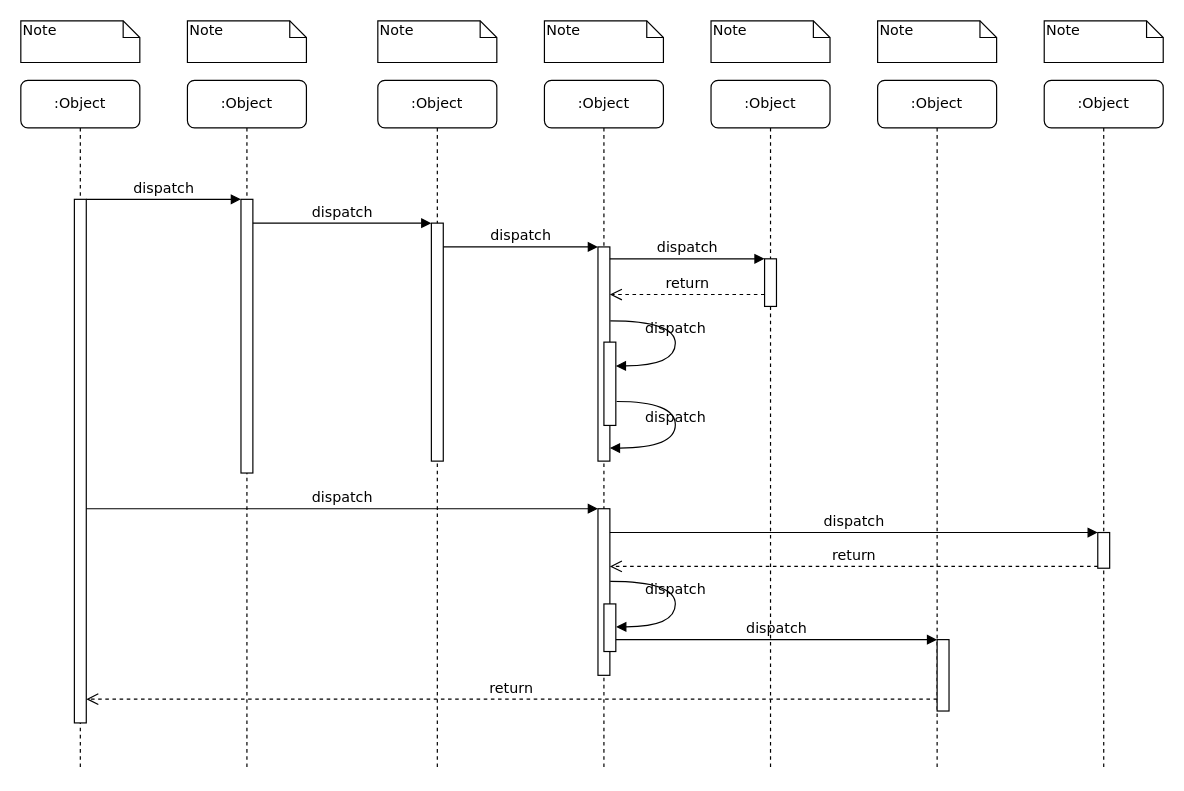
This is virtio_rnd.drawio from JannaiWu/Drawio, a draw.io file, before an edit. Source tidied: cells renumbered, new cells numbered last; positions are measured from the earlier drawing's top-left corner, leaving out a move shared by most shapes. Both pictures are drawn from the tidied source at 119%, with x=0, y=0 at pixel (20, 20).
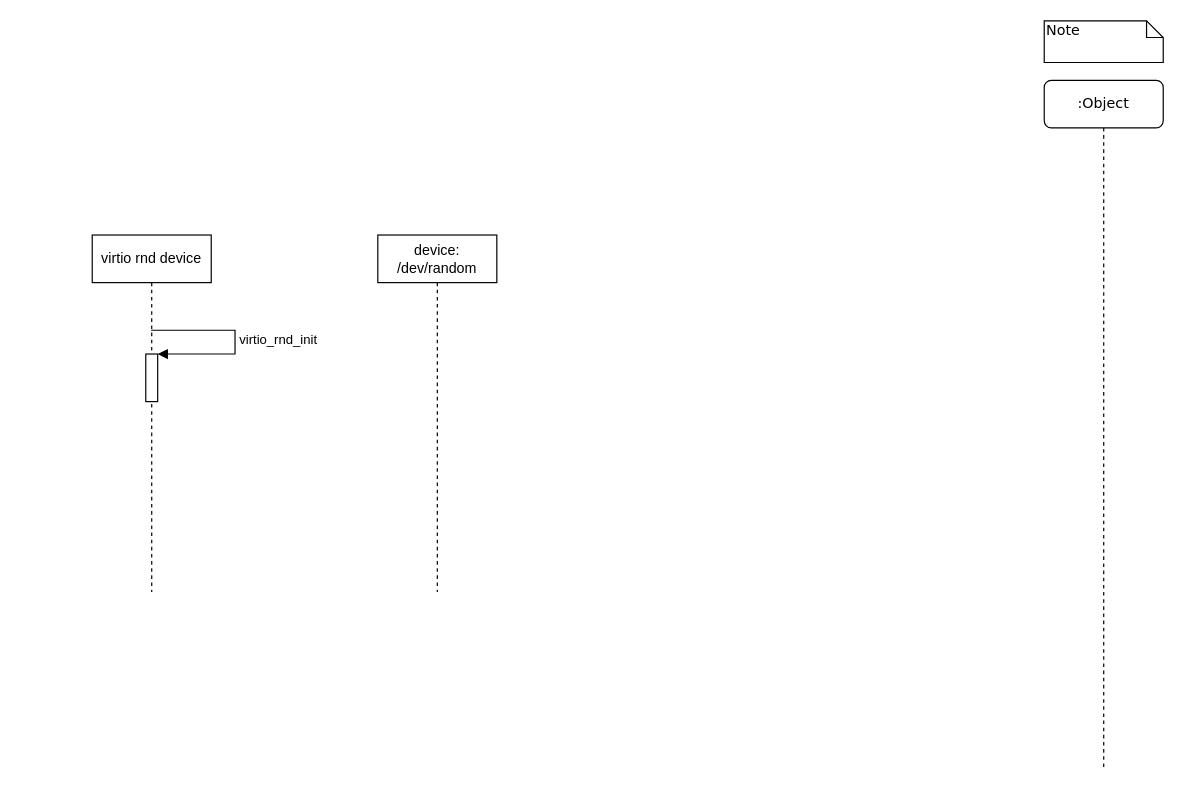
Above is the later version.

What changed in the source:
```diff
@@
-    <mxCell id="2" value=":Object" style="shape=umlLifeline;perimeter=lifelinePerimeter;whiteSpace=wrap;html=1;rounded=1;shadow=0;comic=0;labelBackgroundColor=none;strokeWidth=1;fontFamily=Verdana;fontSize=12;align=center;" parent="1" vertex="1">
-      <mxGeometry x="140" y="50" width="100" height="580" as="geometry" />
-    </mxCell>
-    <mxCell id="3" style="html=1;points=[];perimeter=orthogonalPerimeter;rounded=0;shadow=0;comic=0;labelBackgroundColor=none;strokeWidth=1;fontFamily=Verdana;fontSize=12;align=center;" parent="2" vertex="1">
-      <mxGeometry x="45" y="100" width="10" height="230" as="geometry" />
-    </mxCell>
-    <mxCell id="4" value=":Object" style="shape=umlLifeline;perimeter=lifelinePerimeter;whiteSpace=wrap;html=1;rounded=1;shadow=0;comic=0;labelBackgroundColor=none;strokeWidth=1;fontFamily=Verdana;fontSize=12;align=center;" parent="1" vertex="1">
-      <mxGeometry x="300" y="50" width="100" height="580" as="geometry" />
-    </mxCell>
-    <mxCell id="5" style="html=1;points=[];perimeter=orthogonalPerimeter;rounded=0;shadow=0;comic=0;labelBackgroundColor=none;strokeWidth=1;fontFamily=Verdana;fontSize=12;align=center;" parent="4" vertex="1">
-      <mxGeometry x="45" y="120" width="10" height="200" as="geometry" />
-    </mxCell>
-    <mxCell id="6" value=":Object" style="shape=umlLifeline;perimeter=lifelinePerimeter;whiteSpace=wrap;html=1;rounded=1;shadow=0;comic=0;labelBackgroundColor=none;strokeWidth=1;fontFamily=Verdana;fontSize=12;align=center;" parent="1" vertex="1">
-      <mxGeometry x="440" y="50" width="100" height="580" as="geometry" />
-    </mxCell>
-    <mxCell id="7" value=":Object" style="shape=umlLifeline;perimeter=lifelinePerimeter;whiteSpace=wrap;html=1;rounded=1;shadow=0;comic=0;labelBackgroundColor=none;strokeWidth=1;fontFamily=Verdana;fontSize=12;align=center;" parent="1" vertex="1">
-      <mxGeometry x="580" y="50" width="100" height="580" as="geometry" />
-    </mxCell>
-    <mxCell id="8" value=":Object" style="shape=umlLifeline;perimeter=lifelinePerimeter;whiteSpace=wrap;html=1;rounded=1;shadow=0;comic=0;labelBackgroundColor=none;strokeWidth=1;fontFamily=Verdana;fontSize=12;align=center;" parent="1" vertex="1">
-      <mxGeometry x="720" y="50" width="100" height="580" as="geometry" />
-    </mxCell>
@@
-    <mxCell id="10" value=":Object" style="shape=umlLifeline;perimeter=lifelinePerimeter;whiteSpace=wrap;html=1;rounded=1;shadow=0;comic=0;labelBackgroundColor=none;strokeWidth=1;fontFamily=Verdana;fontSize=12;align=center;" parent="1" vertex="1">
-      <mxGeometry y="50" width="100" height="580" as="geometry" />
-    </mxCell>
-    <mxCell id="11" style="html=1;points=[];perimeter=orthogonalPerimeter;rounded=0;shadow=0;comic=0;labelBackgroundColor=none;strokeWidth=1;fontFamily=Verdana;fontSize=12;align=center;" parent="10" vertex="1">
-      <mxGeometry x="45" y="100" width="10" height="440" as="geometry" />
-    </mxCell>
-    <mxCell id="12" style="html=1;points=[];perimeter=orthogonalPerimeter;rounded=0;shadow=0;comic=0;labelBackgroundColor=none;strokeWidth=1;fontFamily=Verdana;fontSize=12;align=center;" parent="1" vertex="1">
-      <mxGeometry x="485" y="190" width="10" height="180" as="geometry" />
-    </mxCell>
-    <mxCell id="13" value="dispatch" style="html=1;verticalAlign=bottom;endArrow=block;labelBackgroundColor=none;fontFamily=Verdana;fontSize=12;edgeStyle=elbowEdgeStyle;elbow=vertical;" parent="1" edge="1" source="5" target="12">
-      <mxGeometry relative="1" as="geometry">
-        <Array as="points">
-          <mxPoint x="360" y="190" />
-        </Array>
-      </mxGeometry>
-    </mxCell>
-    <mxCell id="14" style="html=1;points=[];perimeter=orthogonalPerimeter;rounded=0;shadow=0;comic=0;labelBackgroundColor=none;strokeWidth=1;fontFamily=Verdana;fontSize=12;align=center;" parent="1" vertex="1">
-      <mxGeometry x="625" y="200" width="10" height="40" as="geometry" />
-    </mxCell>
-    <mxCell id="15" value="dispatch" style="html=1;verticalAlign=bottom;endArrow=block;entryX=0;entryY=0;labelBackgroundColor=none;fontFamily=Verdana;fontSize=12;edgeStyle=elbowEdgeStyle;elbow=vertical;" parent="1" edge="1" source="12" target="14">
-      <mxGeometry relative="1" as="geometry" />
-    </mxCell>
-    <mxCell id="16" value="return" style="html=1;verticalAlign=bottom;endArrow=open;dashed=1;endSize=8;labelBackgroundColor=none;fontFamily=Verdana;fontSize=12;edgeStyle=elbowEdgeStyle;elbow=vertical;" parent="1" edge="1" source="14" target="12">
-      <mxGeometry relative="1" as="geometry">
-        <Array as="points">
-          <mxPoint x="570" y="230" />
-          <mxPoint x="600" y="230" />
-        </Array>
-      </mxGeometry>
-    </mxCell>
-    <mxCell id="17" style="html=1;points=[];perimeter=orthogonalPerimeter;rounded=0;shadow=0;comic=0;labelBackgroundColor=none;strokeWidth=1;fontFamily=Verdana;fontSize=12;align=center;" parent="1" vertex="1">
-      <mxGeometry x="485" y="410" width="10" height="140" as="geometry" />
-    </mxCell>
-    <mxCell id="18" value="dispatch" style="html=1;verticalAlign=bottom;endArrow=block;entryX=0;entryY=0;labelBackgroundColor=none;fontFamily=Verdana;fontSize=12;" parent="1" edge="1" source="11" target="17">
-      <mxGeometry relative="1" as="geometry" />
-    </mxCell>
-    <mxCell id="19" style="html=1;points=[];perimeter=orthogonalPerimeter;rounded=0;shadow=0;comic=0;labelBackgroundColor=none;strokeColor=#000000;strokeWidth=1;fillColor=#FFFFFF;fontFamily=Verdana;fontSize=12;fontColor=#000000;align=center;" parent="1" vertex="1">
-      <mxGeometry x="905" y="430" width="10" height="30" as="geometry" />
-    </mxCell>
-    <mxCell id="20" value="dispatch" style="html=1;verticalAlign=bottom;endArrow=block;entryX=0;entryY=0;labelBackgroundColor=none;fontFamily=Verdana;fontSize=12;" parent="1" edge="1" source="17" target="19">
-      <mxGeometry relative="1" as="geometry" />
-    </mxCell>
-    <mxCell id="21" value="return" style="html=1;verticalAlign=bottom;endArrow=open;dashed=1;endSize=8;exitX=0;exitY=0.95;labelBackgroundColor=none;fontFamily=Verdana;fontSize=12;" parent="1" edge="1" source="19" target="17">
-      <mxGeometry relative="1" as="geometry" />
-    </mxCell>
-    <mxCell id="22" style="html=1;points=[];perimeter=orthogonalPerimeter;rounded=0;shadow=0;comic=0;labelBackgroundColor=none;strokeWidth=1;fontFamily=Verdana;fontSize=12;align=center;" parent="1" vertex="1">
-      <mxGeometry x="770" y="520" width="10" height="60" as="geometry" />
-    </mxCell>
-    <mxCell id="23" value="dispatch" style="html=1;verticalAlign=bottom;endArrow=block;entryX=0;entryY=0;labelBackgroundColor=none;fontFamily=Verdana;fontSize=12;edgeStyle=elbowEdgeStyle;elbow=vertical;" parent="1" edge="1" source="30" target="22">
-      <mxGeometry relative="1" as="geometry" />
-    </mxCell>
-    <mxCell id="24" value="return" style="html=1;verticalAlign=bottom;endArrow=open;dashed=1;endSize=8;labelBackgroundColor=none;fontFamily=Verdana;fontSize=12;edgeStyle=elbowEdgeStyle;elbow=vertical;" parent="1" edge="1" source="22" target="11">
-      <mxGeometry relative="1" as="geometry">
-        <Array as="points">
-          <mxPoint x="470" y="570" />
-        </Array>
-      </mxGeometry>
-    </mxCell>
-    <mxCell id="25" value="dispatch" style="html=1;verticalAlign=bottom;endArrow=block;entryX=0;entryY=0;labelBackgroundColor=none;fontFamily=Verdana;fontSize=12;edgeStyle=elbowEdgeStyle;elbow=vertical;" parent="1" edge="1" source="11" target="3">
-      <mxGeometry relative="1" as="geometry" />
-    </mxCell>
-    <mxCell id="26" value="dispatch" style="html=1;verticalAlign=bottom;endArrow=block;entryX=0;entryY=0;labelBackgroundColor=none;fontFamily=Verdana;fontSize=12;edgeStyle=elbowEdgeStyle;elbow=vertical;" parent="1" edge="1" source="3" target="5">
-      <mxGeometry relative="1" as="geometry" />
-    </mxCell>
-    <mxCell id="27" style="html=1;points=[];perimeter=orthogonalPerimeter;rounded=0;shadow=0;comic=0;labelBackgroundColor=none;strokeWidth=1;fontFamily=Verdana;fontSize=12;align=center;" parent="1" vertex="1">
-      <mxGeometry x="490" y="270" width="10" height="70" as="geometry" />
-    </mxCell>
-    <mxCell id="28" value="dispatch" style="html=1;verticalAlign=bottom;endArrow=block;labelBackgroundColor=none;fontFamily=Verdana;fontSize=12;elbow=vertical;edgeStyle=orthogonalEdgeStyle;curved=1;entryX=1;entryY=0.286;entryPerimeter=0;exitX=1.038;exitY=0.345;exitPerimeter=0;" parent="1" edge="1" source="12" target="27">
-      <mxGeometry relative="1" as="geometry">
-        <Array as="points">
-          <mxPoint x="550" y="252" />
-          <mxPoint x="550" y="290" />
-        </Array>
-      </mxGeometry>
-    </mxCell>
-    <mxCell id="29" value="dispatch" style="html=1;verticalAlign=bottom;endArrow=block;labelBackgroundColor=none;fontFamily=Verdana;fontSize=12;elbow=vertical;edgeStyle=orthogonalEdgeStyle;curved=1;exitX=1.066;exitY=0.713;exitPerimeter=0;" parent="1" edge="1" source="27">
-      <mxGeometry relative="1" as="geometry">
-        <mxPoint x="495" y="359" as="targetPoint" />
-        <Array as="points">
-          <mxPoint x="550" y="320" />
-          <mxPoint x="550" y="359" />
-        </Array>
-      </mxGeometry>
-    </mxCell>
-    <mxCell id="30" style="html=1;points=[];perimeter=orthogonalPerimeter;rounded=0;shadow=0;comic=0;labelBackgroundColor=none;strokeWidth=1;fontFamily=Verdana;fontSize=12;align=center;" parent="1" vertex="1">
-      <mxGeometry x="490" y="490" width="10" height="40" as="geometry" />
-    </mxCell>
-    <mxCell id="31" value="dispatch" style="html=1;verticalAlign=bottom;endArrow=block;labelBackgroundColor=none;fontFamily=Verdana;fontSize=12;elbow=vertical;edgeStyle=orthogonalEdgeStyle;curved=1;entryX=1;entryY=0.286;entryPerimeter=0;exitX=1.038;exitY=0.345;exitPerimeter=0;" parent="1" edge="1">
-      <mxGeometry relative="1" as="geometry">
-        <mxPoint x="495.3" y="471" as="sourcePoint" />
-        <mxPoint x="500.3" y="509.3" as="targetPoint" />
-        <Array as="points">
-          <mxPoint x="550" y="471" />
-          <mxPoint x="550" y="509" />
-        </Array>
-      </mxGeometry>
-    </mxCell>
-    <mxCell id="32" value="Note" style="shape=note;whiteSpace=wrap;html=1;size=14;verticalAlign=top;align=left;spacingTop=-6;rounded=0;shadow=0;comic=0;labelBackgroundColor=none;strokeWidth=1;fontFamily=Verdana;fontSize=12;" parent="1" vertex="1">
-      <mxGeometry width="100" height="35" as="geometry" />
-    </mxCell>
-    <mxCell id="33" value="Note" style="shape=note;whiteSpace=wrap;html=1;size=14;verticalAlign=top;align=left;spacingTop=-6;rounded=0;shadow=0;comic=0;labelBackgroundColor=none;strokeWidth=1;fontFamily=Verdana;fontSize=12;" parent="1" vertex="1">
-      <mxGeometry x="140" width="100" height="35" as="geometry" />
-    </mxCell>
-    <mxCell id="34" value="Note" style="shape=note;whiteSpace=wrap;html=1;size=14;verticalAlign=top;align=left;spacingTop=-6;rounded=0;shadow=0;comic=0;labelBackgroundColor=none;strokeWidth=1;fontFamily=Verdana;fontSize=12;" parent="1" vertex="1">
-      <mxGeometry x="300" width="100" height="35" as="geometry" />
-    </mxCell>
-    <mxCell id="35" value="Note" style="shape=note;whiteSpace=wrap;html=1;size=14;verticalAlign=top;align=left;spacingTop=-6;rounded=0;shadow=0;comic=0;labelBackgroundColor=none;strokeWidth=1;fontFamily=Verdana;fontSize=12;" parent="1" vertex="1">
-      <mxGeometry x="440" width="100" height="35" as="geometry" />
-    </mxCell>
-    <mxCell id="36" value="Note" style="shape=note;whiteSpace=wrap;html=1;size=14;verticalAlign=top;align=left;spacingTop=-6;rounded=0;shadow=0;comic=0;labelBackgroundColor=none;strokeWidth=1;fontFamily=Verdana;fontSize=12;" parent="1" vertex="1">
-      <mxGeometry x="580" width="100" height="35" as="geometry" />
-    </mxCell>
-    <mxCell id="37" value="Note" style="shape=note;whiteSpace=wrap;html=1;size=14;verticalAlign=top;align=left;spacingTop=-6;rounded=0;shadow=0;comic=0;labelBackgroundColor=none;strokeWidth=1;fontFamily=Verdana;fontSize=12;" parent="1" vertex="1">
-      <mxGeometry x="720" width="100" height="35" as="geometry" />
-    </mxCell>
@@
+    <mxCell id="39" value="virtio rnd device" style="shape=umlLifeline;perimeter=lifelinePerimeter;whiteSpace=wrap;html=1;outlineConnect=0;" parent="1" vertex="1">
+      <mxGeometry x="60" y="180" width="100" height="300" as="geometry" />
+    </mxCell>
+    <mxCell id="40" style="html=1;points=[];perimeter=orthogonalPerimeter;" parent="39" vertex="1">
+      <mxGeometry x="45" y="100" width="10" height="40" as="geometry" />
+    </mxCell>
+    <mxCell id="41" value="virtio_rnd_init" style="edgeStyle=orthogonalEdgeStyle;html=1;align=left;spacingLeft=2;endArrow=block;rounded=0;entryX=1;entryY=0;" parent="39" edge="1" source="39" target="40">
+      <mxGeometry relative="1" as="geometry">
+        <Array as="points">
+          <mxPoint x="120" y="80" />
+          <mxPoint x="120" y="100" />
+        </Array>
+      </mxGeometry>
+    </mxCell>
+    <mxCell id="42" value="device: /dev/random" style="shape=umlLifeline;perimeter=lifelinePerimeter;whiteSpace=wrap;html=1;" parent="1" vertex="1">
+      <mxGeometry x="300" y="180" width="100" height="300" as="geometry" />
+    </mxCell>
```
